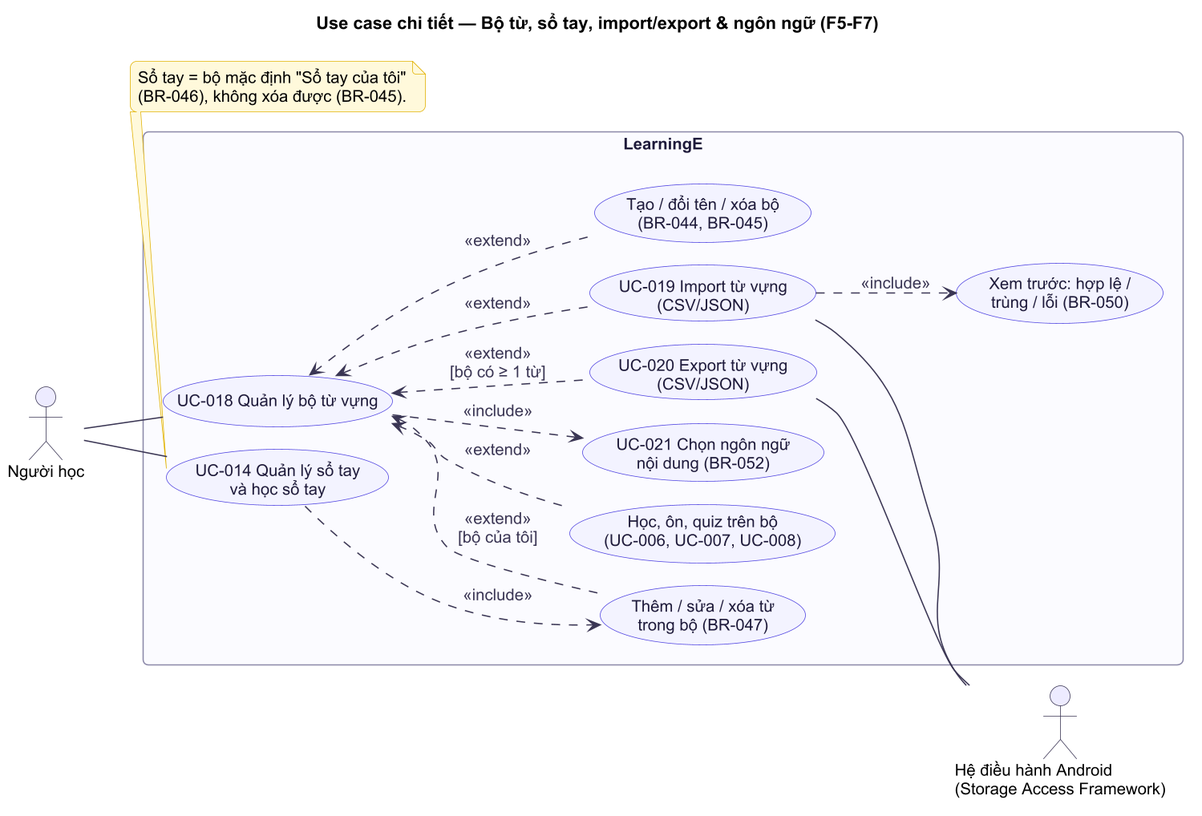
at1308033-sketch/LearningE_app keeps this PlantUML diagram as docs/diagrams/usecase/uc-04-bo-tu-import-export.png. Above is the earlier version. Source of this version:
```plantuml
@startuml
!include ../_style.puml
title Use case chi tiết — Bộ từ, sổ tay, import/export & ngôn ngữ (F5-F7)
left to right direction

actor "Người học" as N
actor "Hệ điều hành Android\n(Storage Access Framework)" as OS

rectangle "LearningE" {
  usecase "UC-018 Quản lý bộ từ vựng" as UC18
  usecase "Tạo / đổi tên / xóa bộ\n(BR-044, BR-045)" as SET
  usecase "Thêm / sửa / xóa từ\ntrong bộ (BR-047)" as WORD
  usecase "Học, ôn, quiz trên bộ\n(UC-006, UC-007, UC-008)" as STUDY
  usecase "UC-021 Chọn ngôn ngữ\nnội dung (BR-052)" as UC21
  usecase "UC-014 Quản lý sổ tay\nvà học sổ tay" as UC14
  usecase "UC-019 Import từ vựng\n(CSV/JSON)" as UC19
  usecase "Xem trước: hợp lệ /\ntrùng / lỗi (BR-050)" as PREV
  usecase "UC-020 Export từ vựng\n(CSV/JSON)" as UC20
}

N -- UC18
N -- UC14

UC18 ..> UC21 : <<include>>
UC18 <.. SET : <<extend>>
UC18 <.. WORD : <<extend>>\n[bộ của tôi]
UC18 <.. STUDY : <<extend>>
UC18 <.. UC19 : <<extend>>
UC18 <.. UC20 : <<extend>>\n[bộ có ≥ 1 từ]
UC19 ..> PREV : <<include>>
UC14 ..> WORD : <<include>>
UC19 -- OS
UC20 -- OS

note bottom of UC14
  Sổ tay = bộ mặc định "Sổ tay của tôi"
  (BR-046), không xóa được (BR-045).
end note
@enduml
```
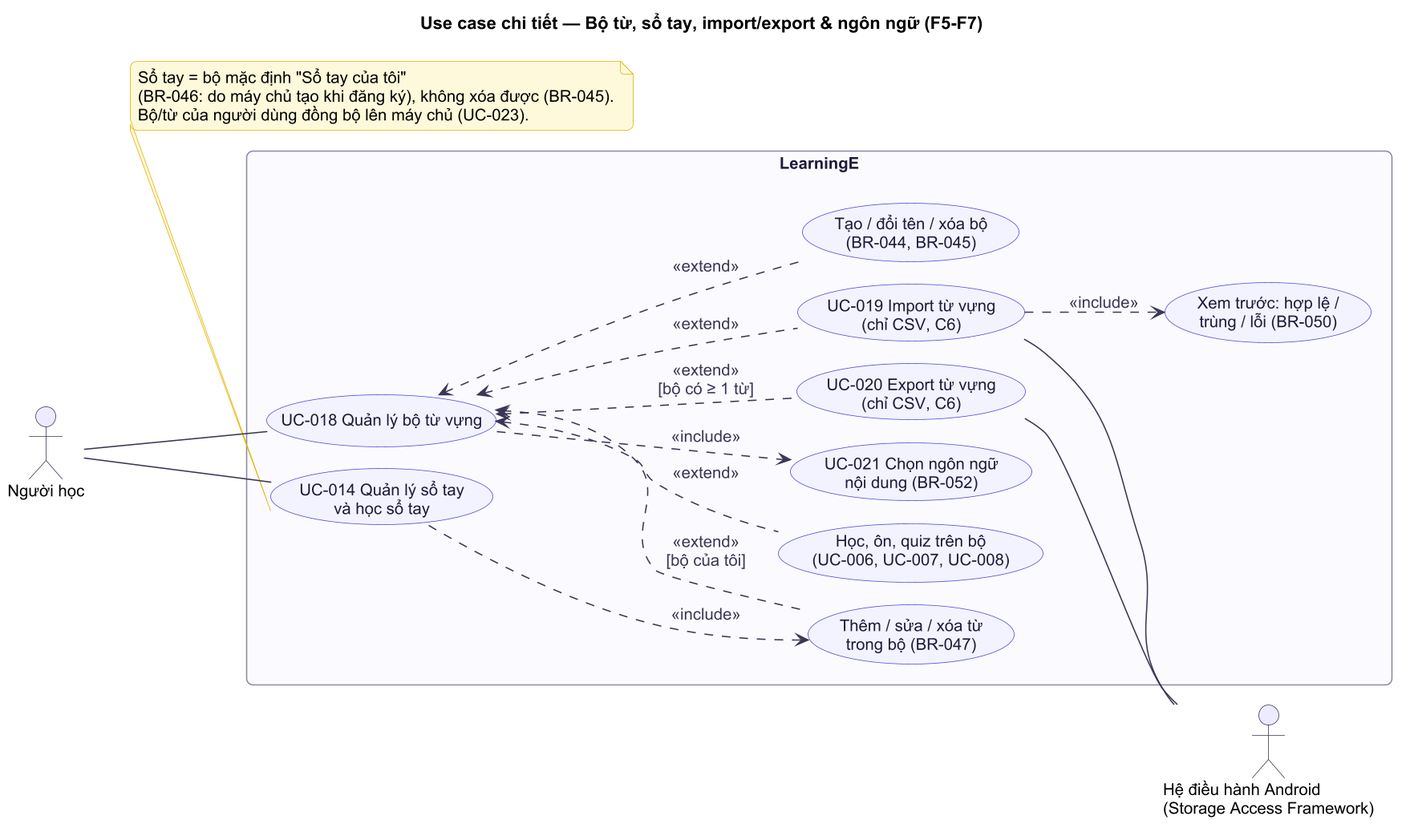
After the change.

What changed in the source:
```diff
@@ -13,9 +13,9 @@
   usecase "Học, ôn, quiz trên bộ\n(UC-006, UC-007, UC-008)" as STUDY
   usecase "UC-021 Chọn ngôn ngữ\nnội dung (BR-052)" as UC21
   usecase "UC-014 Quản lý sổ tay\nvà học sổ tay" as UC14
-  usecase "UC-019 Import từ vựng\n(CSV/JSON)" as UC19
+  usecase "UC-019 Import từ vựng\n(chỉ CSV, C6)" as UC19
   usecase "Xem trước: hợp lệ /\ntrùng / lỗi (BR-050)" as PREV
-  usecase "UC-020 Export từ vựng\n(CSV/JSON)" as UC20
+  usecase "UC-020 Export từ vựng\n(chỉ CSV, C6)" as UC20
 }
 
 N -- UC18
@@ -34,6 +34,7 @@
 
 note bottom of UC14
   Sổ tay = bộ mặc định "Sổ tay của tôi"
-  (BR-046), không xóa được (BR-045).
+  (BR-046: do máy chủ tạo khi đăng ký), không xóa được (BR-045).
+  Bộ/từ của người dùng đồng bộ lên máy chủ (UC-023).
 end note
 @enduml
```
